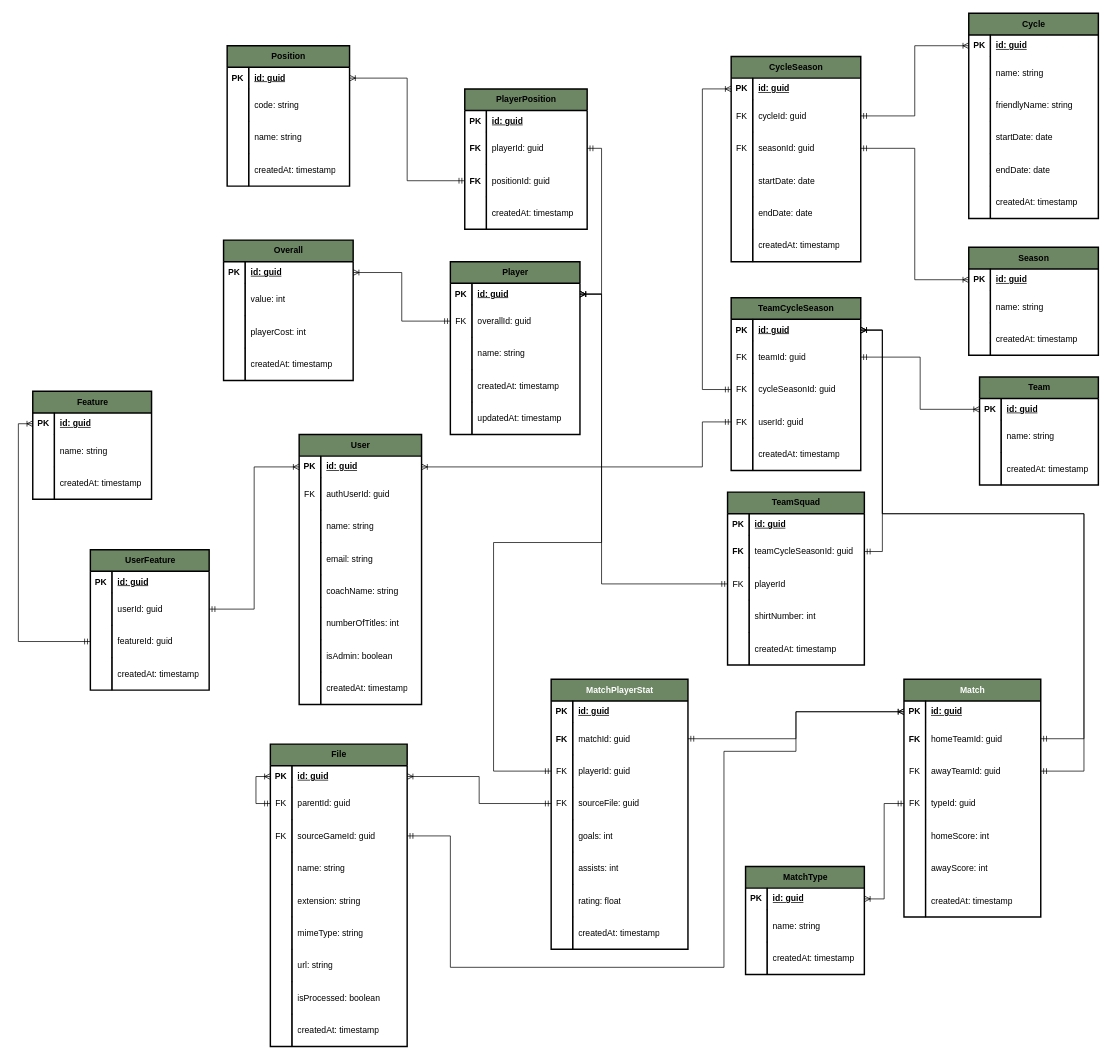
LucasLeocardo/fifa-league-app keeps this draw.io diagram as database/Database-Diagram.drawio. Above is the earlier version. Source tidied: cells renumbered, new cells numbered last; positions are measured from the earlier drawing's top-left corner, leaving out a move shared by most shapes. Both pictures are drawn from the tidied source at 72%, with x=0, y=0 at pixel (32, 13).
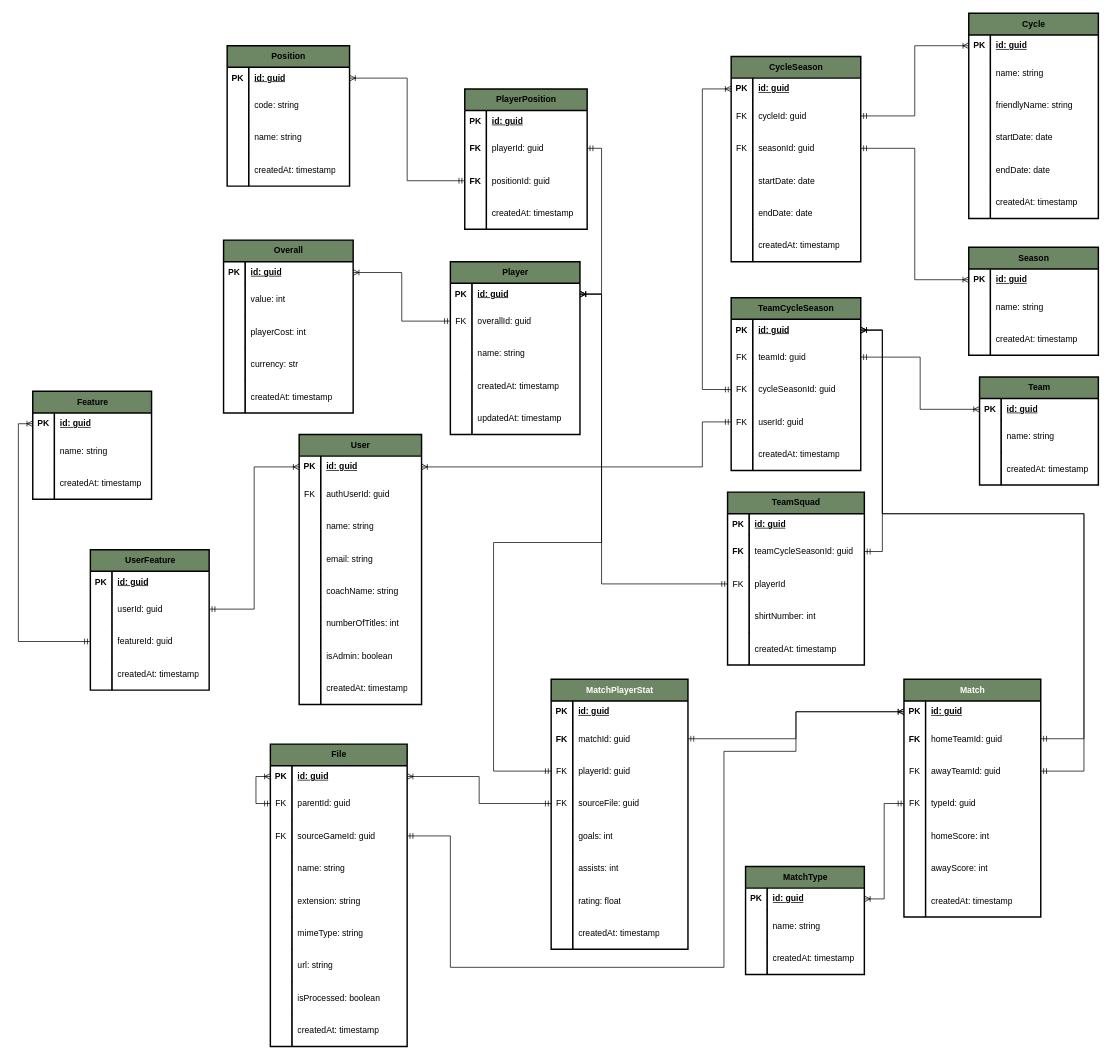
Above is the later version.

Commit message (it also covers changes not shown here):
New end point

The edit, as a diff of the source:
```diff
@@
     <mxCell id="70" value="&lt;font style=&quot;color: light-dark(rgb(0, 0, 0), rgb(255, 255, 255));&quot;&gt;Overall&lt;/font&gt;" style="shape=table;startSize=30;childLayout=tableLayout;fontStyle=1;align=center;html=1;fillColor=light-dark(#6D8764,#718769);fontColor=#333333;rowLines=0;strokeColor=light-dark(#000000,#959595);strokeWidth=2;" parent="1" vertex="1">
-      <mxGeometry x="265" y="315" width="180" height="195" as="geometry" />
+      <mxGeometry x="265" y="315" width="180" height="240" as="geometry" />
     </mxCell>
@@
+    <mxCell id="300" style="shape=tableRow;horizontal=0;startSize=0;swimlaneHead=0;swimlaneBody=0;fontStyle=0;bottom=0;fillColor=none;left=0;right=0;top=0;" parent="70" vertex="1">
+      <mxGeometry y="150" width="180" height="45" as="geometry" />
+    </mxCell>
+    <mxCell id="301" style="shape=partialRectangle;fontStyle=1;overflow=hidden;whiteSpace=wrap;html=1;bottom=0;fillColor=none;left=0;right=1;strokeColor=inherit;top=0;" parent="300" vertex="1">
+      <mxGeometry width="30" height="45" as="geometry" />
+    </mxCell>
+    <mxCell id="302" value="&lt;span style=&quot;font-weight: normal;&quot;&gt;currency: str&lt;/span&gt;" style="shape=partialRectangle;align=left;spacingLeft=6;fontStyle=1;overflow=hidden;whiteSpace=wrap;html=1;shadow=0;bottom=0;fillColor=none;left=0;right=0;top=0;" parent="300" vertex="1">
+      <mxGeometry x="30" width="150" height="45" as="geometry" />
+    </mxCell>
     <mxCell id="80" style="shape=tableRow;horizontal=0;startSize=0;swimlaneHead=0;swimlaneBody=0;fontStyle=0;bottom=0;fillColor=none;left=0;right=0;top=0;" parent="70" vertex="1">
-      <mxGeometry y="150" width="180" height="45" as="geometry" />
+      <mxGeometry y="195" width="180" height="45" as="geometry" />
     </mxCell>
```
